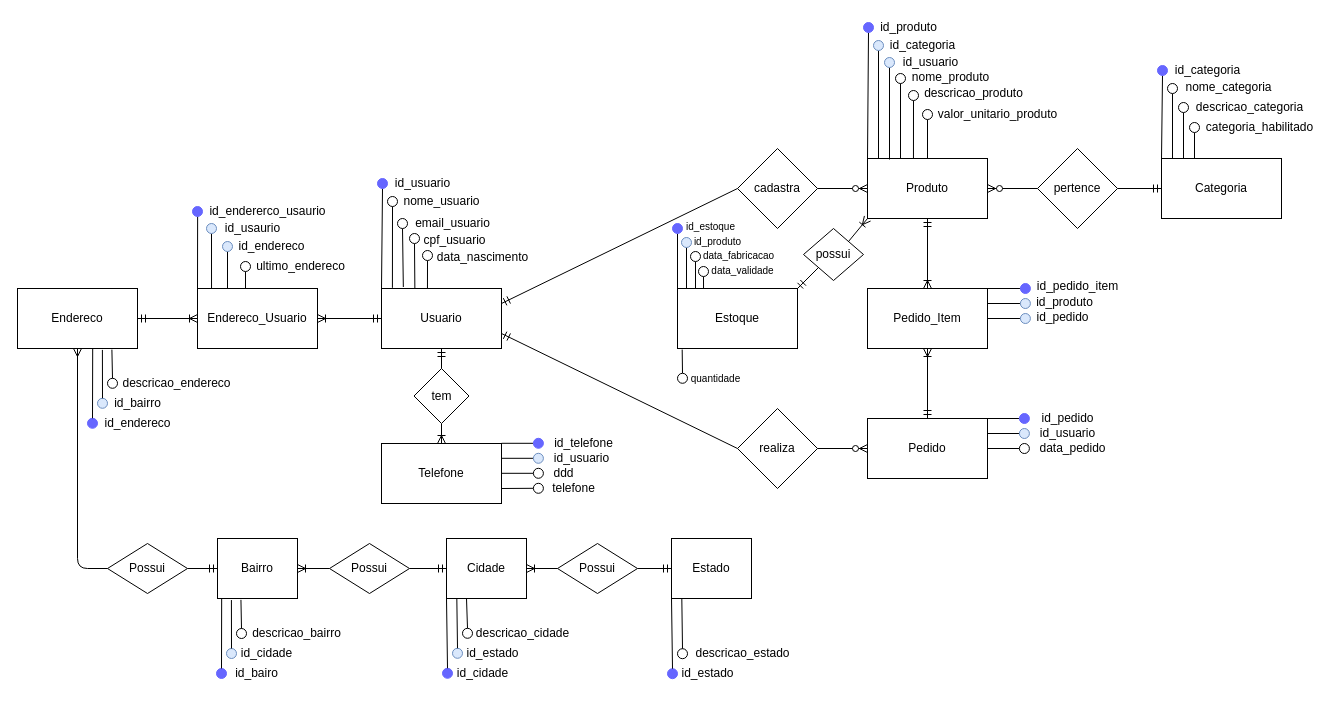
Above: Arquivos/MER Ecommerce V2.drawio in DiegoCanedo/BancoEcommerce (draw.io), before the change. Source tidied: cells renumbered, new cells numbered last; positions are measured from the earlier drawing's top-left corner, leaving out a move shared by most shapes. Both pictures are drawn from the tidied source at 100%, with x=0, y=0 at pixel (17, 17).
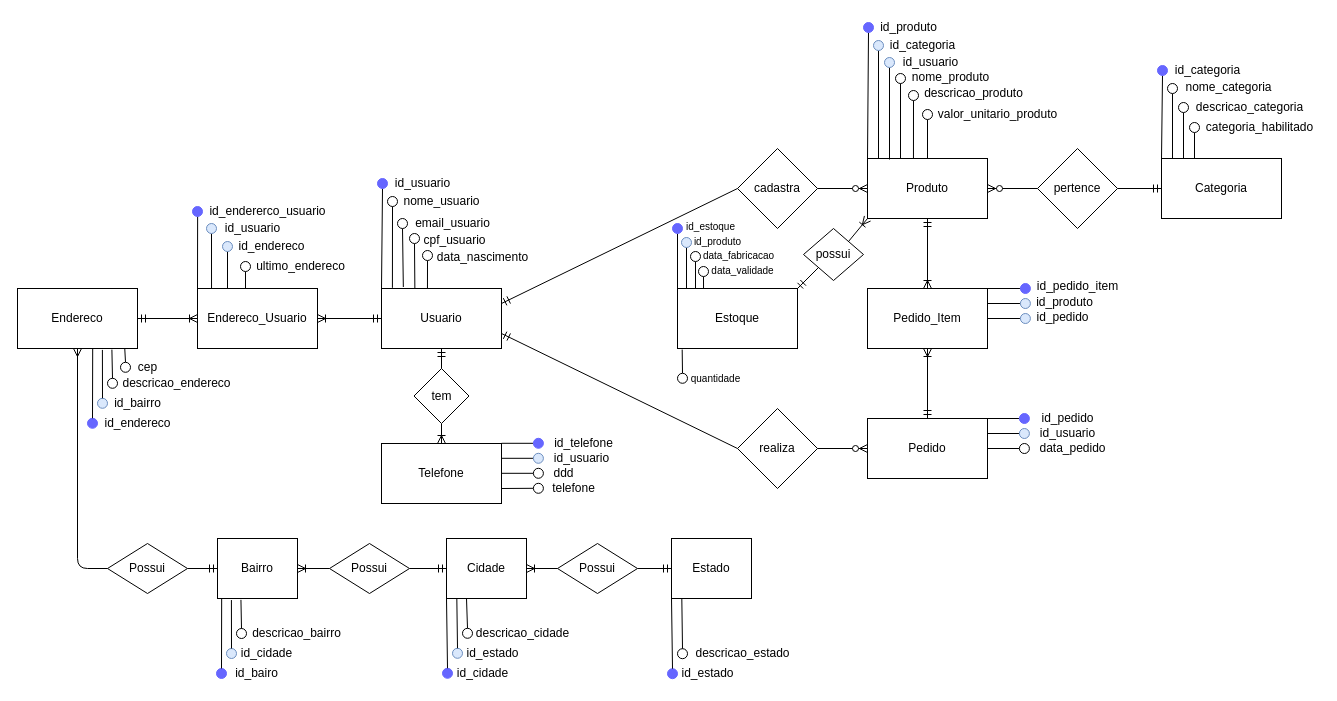
After the change.

Commit message:
Acredito que seja  a versao final da MER Normalizada

The change refers to these unchanged cells:
```xml
<mxCell id="68" value="Endereco" style="rounded=0;whiteSpace=wrap;html=1;" parent="1" vertex="1">
  <mxGeometry y="271" width="120" height="60" as="geometry" />
</mxCell>
```

Diff of the diagram source:
```diff
@@
-    <mxCell id="122" value="id_endererco_usaurio" style="text;html=1;align=center;verticalAlign=middle;" parent="1" vertex="1">
+    <mxCell id="122" value="id_endererco_usuario" style="text;html=1;align=center;verticalAlign=middle;" parent="1" vertex="1">
       <mxGeometry x="185" y="184" width="130" height="20" as="geometry" />
     </mxCell>
@@
-    <mxCell id="125" value="id_usaurio" style="text;html=1;align=center;verticalAlign=middle;" parent="1" vertex="1">
+    <mxCell id="125" value="id_usuario" style="text;html=1;align=center;verticalAlign=middle;" parent="1" vertex="1">
       <mxGeometry x="200" y="201" width="70" height="20" as="geometry" />
     </mxCell>
@@
+    <mxCell id="177" style="endArrow=none;html=1;exitX=0.894;exitY=1.002;exitDx=0;exitDy=0;exitPerimeter=0;entryX=0.5;entryY=0;entryDx=0;entryDy=0;" parent="1" edge="1" source="68" target="178">
+      <mxGeometry relative="1" as="geometry" />
+    </mxCell>
+    <mxCell id="178" style="ellipse;whiteSpace=wrap;html=1;" parent="1" vertex="1">
+      <mxGeometry x="103" y="344.8" width="10" height="10" as="geometry" />
+    </mxCell>
+    <mxCell id="179" value="cep" style="text;html=1;align=center;verticalAlign=middle;fontColor=#000000;" parent="1" vertex="1">
+      <mxGeometry x="115" y="339.8" width="30" height="20" as="geometry" />
+    </mxCell>
```
